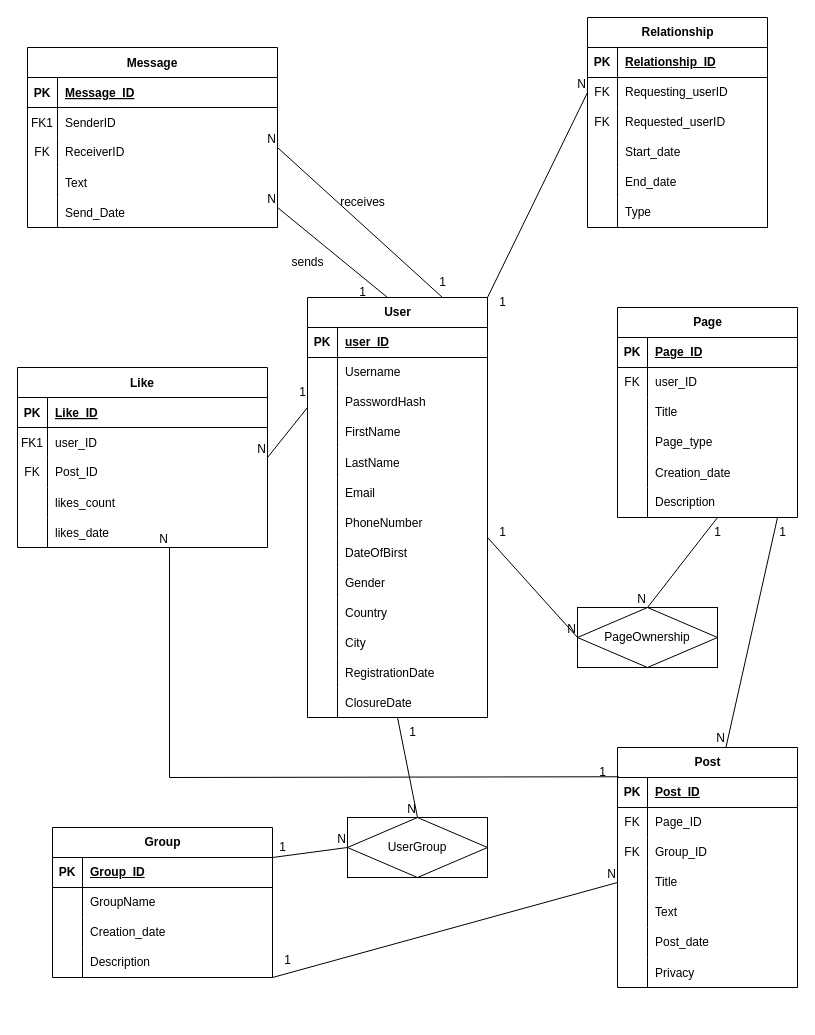
Earlier version of the draw.io diagram Untitled Diagram.drawio (rihabuu/zouitina). Source tidied: cells renumbered, new cells numbered last; positions are measured from the earlier drawing's top-left corner, leaving out a move shared by most shapes. Both pictures are drawn from the tidied source at 100%, with x=0, y=0 at pixel (17, 17).
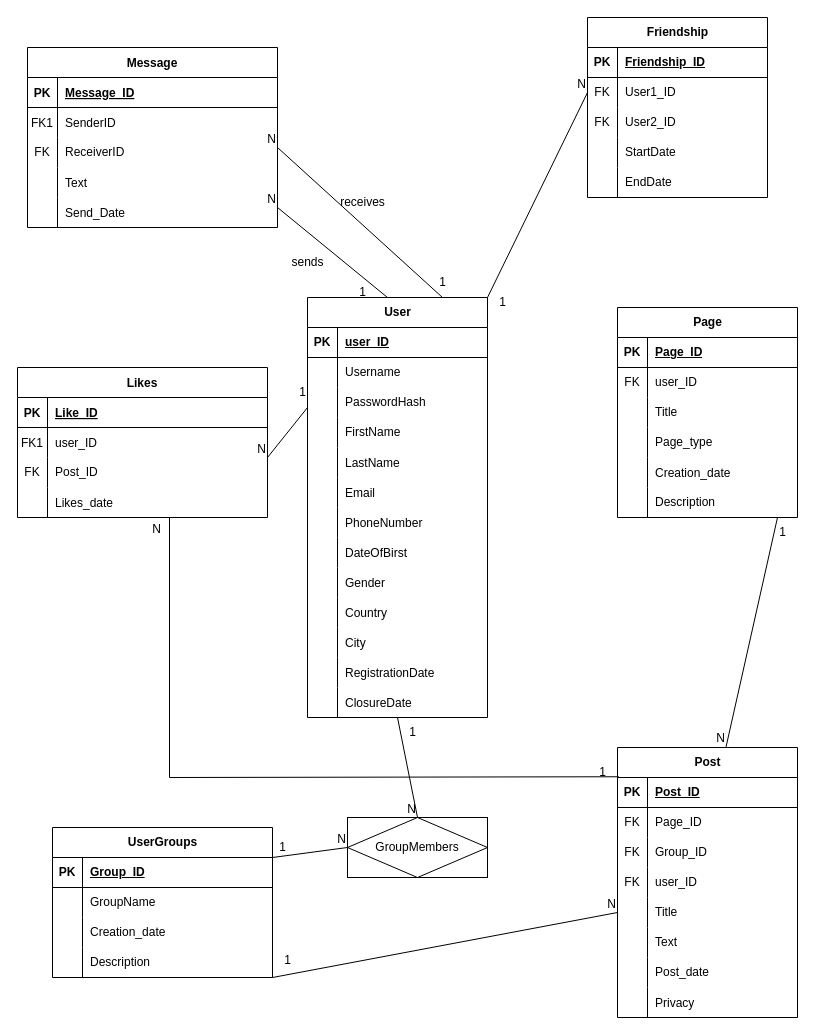
Above is the later version.

Unchanged cells that the change refers to:
```xml
<mxCell id="88" style="shape=tableRow;horizontal=0;startSize=0;swimlaneHead=0;swimlaneBody=0;fillColor=none;top=0;left=0;right=0;bottom=1;" parent="87" vertex="1">
  <mxGeometry y="30" width="180" height="30" as="geometry" />
</mxCell>
<mxCell id="91" style="shape=tableRow;horizontal=0;startSize=0;swimlaneHead=0;swimlaneBody=0;fillColor=none;points=[[0,0.5],[1,0.5]];portConstraint=eastwest;top=0;left=0;right=0;bottom=0;" parent="87" vertex="1">
  <mxGeometry y="60" width="180" height="30" as="geometry" />
</mxCell>
<mxCell id="94" style="shape=tableRow;horizontal=0;startSize=0;swimlaneHead=0;swimlaneBody=0;fillColor=none;top=0;left=0;right=0;bottom=0;" parent="87" vertex="1">
  <mxGeometry y="90" width="180" height="30" as="geometry" />
</mxCell>
<mxCell id="97" style="shape=tableRow;horizontal=0;startSize=0;swimlaneHead=0;swimlaneBody=0;fillColor=none;top=0;left=0;right=0;bottom=0;" parent="87" vertex="1">
  <mxGeometry y="120" width="180" height="30" as="geometry" />
</mxCell>
<mxCell id="100" style="shape=tableRow;horizontal=0;startSize=0;swimlaneHead=0;swimlaneBody=0;fillColor=none;top=0;left=0;right=0;bottom=0;" parent="87" vertex="1">
  <mxGeometry y="150" width="180" height="30" as="geometry" />
</mxCell>
<mxCell id="126" style="shape=tableRow;horizontal=0;startSize=0;swimlaneHead=0;swimlaneBody=0;fillColor=none;points=[[0,0.5],[1,0.5]];portConstraint=eastwest;top=0;left=0;right=0;bottom=1;" parent="125" vertex="1">
  <mxGeometry y="30" width="180" height="30" as="geometry" />
</mxCell>
```

The edit, as a diff of the source:
```diff
@@
-    <mxCell id="2" value="Like" style="shape=table;startSize=30;childLayout=tableLayout;rowLines=0;fontStyle=1;align=center;" parent="1" vertex="1">
-      <mxGeometry y="350" width="250" height="180" as="geometry" />
+    <mxCell id="2" value="Likes" style="shape=table;startSize=30;childLayout=tableLayout;rowLines=0;fontStyle=1;align=center;" parent="1" vertex="1">
+      <mxGeometry y="350" width="250" height="150" as="geometry" />
     </mxCell>
@@
-    <mxCell id="12" style="shape=partialRectangle;fillColor=none;top=0;left=0;right=0;bottom=0;" parent="2" vertex="1">
-      <mxGeometry y="120" width="250" height="30" as="geometry" />
-    </mxCell>
-    <mxCell id="13" style="shape=partialRectangle;overflow=hidden;fillColor=none;top=0;left=0;bottom=0;right=0;" parent="12" vertex="1">
-      <mxGeometry width="30" height="30" as="geometry" />
-    </mxCell>
-    <mxCell id="14" value="likes_count" style="shape=partialRectangle;overflow=hidden;fillColor=none;top=0;left=0;bottom=0;right=0;align=left;spacingLeft=6;" parent="12" vertex="1">
-      <mxGeometry x="30" width="220" height="30" as="geometry" />
-    </mxCell>
     <mxCell id="15" style="shape=tableRow;horizontal=0;startSize=0;swimlaneHead=0;swimlaneBody=0;fillColor=none;points=[[0,0.5],[1,0.5]];portConstraint=eastwest;top=0;left=0;right=0;bottom=0;" parent="2" vertex="1">
-      <mxGeometry y="150" width="250" height="30" as="geometry" />
+      <mxGeometry y="120" width="250" height="30" as="geometry" />
     </mxCell>
@@
-    <mxCell id="17" value="likes_date" style="shape=partialRectangle;fillColor=none;top=0;left=0;bottom=0;right=0;align=left;spacingLeft=6;overflow=hidden;" parent="15" vertex="1">
+    <mxCell id="17" value="Likes_date" style="shape=partialRectangle;fillColor=none;top=0;left=0;bottom=0;right=0;align=left;spacingLeft=6;overflow=hidden;" parent="15" vertex="1">
       <mxGeometry x="30" width="220" height="30" as="geometry" />
     </mxCell>
@@
-    <mxCell id="74" value="Group" style="shape=table;startSize=30;childLayout=tableLayout;rowLines=0;fontStyle=1;align=center;html=1;" parent="1" vertex="1">
+    <mxCell id="74" value="UserGroups" style="shape=table;startSize=30;childLayout=tableLayout;rowLines=0;fontStyle=1;align=center;html=1;" parent="1" vertex="1">
       <mxGeometry x="35" y="810" width="220" height="150" as="geometry" />
     </mxCell>
@@
-    <mxCell id="87" value="Relationship" style="shape=table;startSize=30;childLayout=tableLayout;rowLines=0;fontStyle=1;align=center;html=1;" parent="1" vertex="1">
-      <mxGeometry x="570" width="180" height="210" as="geometry" />
+    <mxCell id="87" value="Friendship" style="shape=table;startSize=30;childLayout=tableLayout;rowLines=0;fontStyle=1;align=center;html=1;" parent="1" vertex="1">
+      <mxGeometry x="570" width="180" height="180" as="geometry" />
     </mxCell>
@@
-    <mxCell id="90" value="Relationship_ID" style="shape=partialRectangle;fillColor=none;top=0;left=0;bottom=0;right=0;align=left;spacingLeft=6;fontStyle=5;overflow=hidden;whiteSpace=wrap;html=1;" parent="88" vertex="1">
+    <mxCell id="90" value="Friendship_ID" style="shape=partialRectangle;fillColor=none;top=0;left=0;bottom=0;right=0;align=left;spacingLeft=6;fontStyle=5;overflow=hidden;whiteSpace=wrap;html=1;" parent="88" vertex="1">
       <mxGeometry x="30" width="150" height="30" as="geometry" />
     </mxCell>
@@
-    <mxCell id="93" value="Requesting_userID" style="shape=partialRectangle;fillColor=none;top=0;left=0;bottom=0;right=0;align=left;spacingLeft=6;fontStyle=0;overflow=hidden;whiteSpace=wrap;html=1;" parent="91" vertex="1">
+    <mxCell id="93" value="User1_ID" style="shape=partialRectangle;fillColor=none;top=0;left=0;bottom=0;right=0;align=left;spacingLeft=6;fontStyle=0;overflow=hidden;whiteSpace=wrap;html=1;" parent="91" vertex="1">
       <mxGeometry x="30" width="150" height="30" as="geometry" />
     </mxCell>
@@
-    <mxCell id="96" value="Requested_userID" style="shape=partialRectangle;fillColor=none;top=0;left=0;bottom=0;right=0;align=left;spacingLeft=6;fontStyle=0;overflow=hidden;whiteSpace=wrap;html=1;" parent="94" vertex="1">
+    <mxCell id="96" value="User2_ID" style="shape=partialRectangle;fillColor=none;top=0;left=0;bottom=0;right=0;align=left;spacingLeft=6;fontStyle=0;overflow=hidden;whiteSpace=wrap;html=1;" parent="94" vertex="1">
       <mxGeometry x="30" width="150" height="30" as="geometry" />
     </mxCell>
@@
-    <mxCell id="99" value="Start_date" style="shape=partialRectangle;fillColor=none;top=0;left=0;bottom=0;right=0;align=left;spacingLeft=6;overflow=hidden;whiteSpace=wrap;html=1;" parent="97" vertex="1">
+    <mxCell id="99" value="StartDate" style="shape=partialRectangle;fillColor=none;top=0;left=0;bottom=0;right=0;align=left;spacingLeft=6;overflow=hidden;whiteSpace=wrap;html=1;" parent="97" vertex="1">
       <mxGeometry x="30" width="150" height="30" as="geometry" />
     </mxCell>
@@
-    <mxCell id="102" value="End_date" style="shape=partialRectangle;fillColor=none;top=0;left=0;bottom=0;right=0;align=left;spacingLeft=6;overflow=hidden;whiteSpace=wrap;html=1;" parent="100" vertex="1">
+    <mxCell id="102" value="EndDate" style="shape=partialRectangle;fillColor=none;top=0;left=0;bottom=0;right=0;align=left;spacingLeft=6;overflow=hidden;whiteSpace=wrap;html=1;" parent="100" vertex="1">
       <mxGeometry x="30" width="150" height="30" as="geometry" />
     </mxCell>
-    <mxCell id="103" style="shape=tableRow;horizontal=0;startSize=0;swimlaneHead=0;swimlaneBody=0;fillColor=none;top=0;left=0;right=0;bottom=0;" parent="87" vertex="1">
-      <mxGeometry y="180" width="180" height="30" as="geometry" />
-    </mxCell>
-    <mxCell id="104" style="shape=partialRectangle;fillColor=none;top=0;left=0;bottom=0;right=0;overflow=hidden;whiteSpace=wrap;html=1;" parent="103" vertex="1">
-      <mxGeometry width="30" height="30" as="geometry" />
-    </mxCell>
-    <mxCell id="105" value="Type" style="shape=partialRectangle;fillColor=none;top=0;left=0;bottom=0;right=0;align=left;spacingLeft=6;overflow=hidden;whiteSpace=wrap;html=1;" parent="103" vertex="1">
-      <mxGeometry x="30" width="150" height="30" as="geometry" />
-    </mxCell>
@@
     <mxCell id="125" value="Post" style="shape=table;startSize=30;childLayout=tableLayout;rowLines=0;fontStyle=1;align=center;html=1;" parent="1" vertex="1">
-      <mxGeometry x="600" y="730" width="180" height="240" as="geometry" />
+      <mxGeometry x="600" y="730" width="180" height="270" as="geometry" />
     </mxCell>
@@
+    <mxCell id="184" style="shape=tableRow;horizontal=0;startSize=0;swimlaneHead=0;swimlaneBody=0;fillColor=none;top=0;left=0;right=0;bottom=0;" parent="125" vertex="1">
+      <mxGeometry y="120" width="180" height="30" as="geometry" />
+    </mxCell>
+    <mxCell id="185" value="FK" style="shape=partialRectangle;fillColor=none;top=0;left=0;bottom=0;right=0;fontStyle=0;overflow=hidden;whiteSpace=wrap;html=1;" parent="184" vertex="1">
+      <mxGeometry width="30" height="30" as="geometry" />
+    </mxCell>
+    <mxCell id="186" value="user_ID" style="shape=partialRectangle;fillColor=none;top=0;left=0;bottom=0;right=0;align=left;spacingLeft=6;fontStyle=0;overflow=hidden;whiteSpace=wrap;html=1;" parent="184" vertex="1">
+      <mxGeometry x="30" width="150" height="30" as="geometry" />
+    </mxCell>
     <mxCell id="135" style="shape=tableRow;horizontal=0;startSize=0;swimlaneHead=0;swimlaneBody=0;fillColor=none;points=[[0,0.5],[1,0.5]];portConstraint=eastwest;top=0;left=0;right=0;bottom=0;" parent="125" vertex="1">
-      <mxGeometry y="120" width="180" height="30" as="geometry" />
+      <mxGeometry y="150" width="180" height="30" as="geometry" />
     </mxCell>
@@
     <mxCell id="138" style="shape=tableRow;horizontal=0;startSize=0;swimlaneHead=0;swimlaneBody=0;fillColor=none;top=0;left=0;right=0;bottom=0;" parent="125" vertex="1">
-      <mxGeometry y="150" width="180" height="30" as="geometry" />
+      <mxGeometry y="180" width="180" height="30" as="geometry" />
     </mxCell>
@@
     <mxCell id="141" style="shape=tableRow;horizontal=0;startSize=0;swimlaneHead=0;swimlaneBody=0;fillColor=none;top=0;left=0;right=0;bottom=0;" parent="125" vertex="1">
-      <mxGeometry y="180" width="180" height="30" as="geometry" />
+      <mxGeometry y="210" width="180" height="30" as="geometry" />
     </mxCell>
@@
     <mxCell id="144" style="shape=tableRow;horizontal=0;startSize=0;swimlaneHead=0;swimlaneBody=0;fillColor=none;top=0;left=0;right=0;bottom=0;" parent="125" vertex="1">
-      <mxGeometry y="210" width="180" height="30" as="geometry" />
+      <mxGeometry y="240" width="180" height="30" as="geometry" />
     </mxCell>
@@
-    <mxCell id="147" value="PageOwnership" style="shape=associativeEntity;whiteSpace=wrap;html=1;align=center;" parent="1" vertex="1">
-      <mxGeometry x="560" y="590" width="140" height="60" as="geometry" />
-    </mxCell>
-    <mxCell id="148" value="UserGroup" style="shape=associativeEntity;whiteSpace=wrap;html=1;align=center;" parent="1" vertex="1">
+    <mxCell id="148" value="GroupMembers" style="shape=associativeEntity;whiteSpace=wrap;html=1;align=center;" parent="1" vertex="1">
       <mxGeometry x="330" y="800" width="140" height="60" as="geometry" />
     </mxCell>
@@
-    <mxCell id="157" style="endArrow=none;html=1;rounded=0;entryX=0;entryY=0.5;entryDx=0;entryDy=0;" parent="1" edge="1" target="147">
-      <mxGeometry relative="1" as="geometry">
-        <mxPoint x="470" y="520" as="sourcePoint" />
-      </mxGeometry>
-    </mxCell>
-    <mxCell id="158" value="N" style="html=1;whiteSpace=wrap;align=right;verticalAlign=bottom;" parent="157" vertex="1">
-      <mxGeometry x="1" relative="1" as="geometry" />
-    </mxCell>
-    <mxCell id="159" value="1" style="text;html=1;align=center;verticalAlign=middle;strokeColor=none;fillColor=none;" parent="1" vertex="1">
-      <mxGeometry x="470" y="500" width="30" height="30" as="geometry" />
-    </mxCell>
-    <mxCell id="160" style="endArrow=none;html=1;rounded=0;entryX=0.5;entryY=0;entryDx=0;entryDy=0;" parent="1" edge="1" target="147">
-      <mxGeometry relative="1" as="geometry">
-        <mxPoint x="700" y="500" as="sourcePoint" />
-      </mxGeometry>
-    </mxCell>
-    <mxCell id="161" value="N" style="html=1;whiteSpace=wrap;align=right;verticalAlign=bottom;" parent="160" vertex="1">
-      <mxGeometry x="1" relative="1" as="geometry" />
-    </mxCell>
-    <mxCell id="162" value="1" style="text;html=1;align=center;verticalAlign=middle;strokeColor=none;fillColor=none;" parent="1" vertex="1">
-      <mxGeometry x="685" y="500" width="30" height="30" as="geometry" />
-    </mxCell>
@@
-    <mxCell id="178" style="endArrow=none;html=1;rounded=0;exitX=0.007;exitY=-0.025;exitDx=0;exitDy=0;exitPerimeter=0;" parent="1" edge="1" source="126">
+    <mxCell id="178" style="endArrow=none;html=1;rounded=0;exitX=0.007;exitY=-0.025;exitDx=0;exitDy=0;exitPerimeter=0;entryX=0.608;entryY=1.003;entryDx=0;entryDy=0;entryPerimeter=0;" parent="1" edge="1" source="126" target="15">
       <mxGeometry relative="1" as="geometry">
-        <mxPoint x="152" y="530" as="targetPoint" />
         <Array as="points">
           <mxPoint x="152" y="760" />
         </Array>
       </mxGeometry>
     </mxCell>
     <mxCell id="179" value="N" style="html=1;whiteSpace=wrap;align=right;verticalAlign=bottom;" parent="178" vertex="1">
-      <mxGeometry x="1" relative="1" as="geometry" />
+      <mxGeometry x="1" relative="1" as="geometry">
+        <mxPoint x="-7" y="20" as="offset" />
+      </mxGeometry>
     </mxCell>
```
